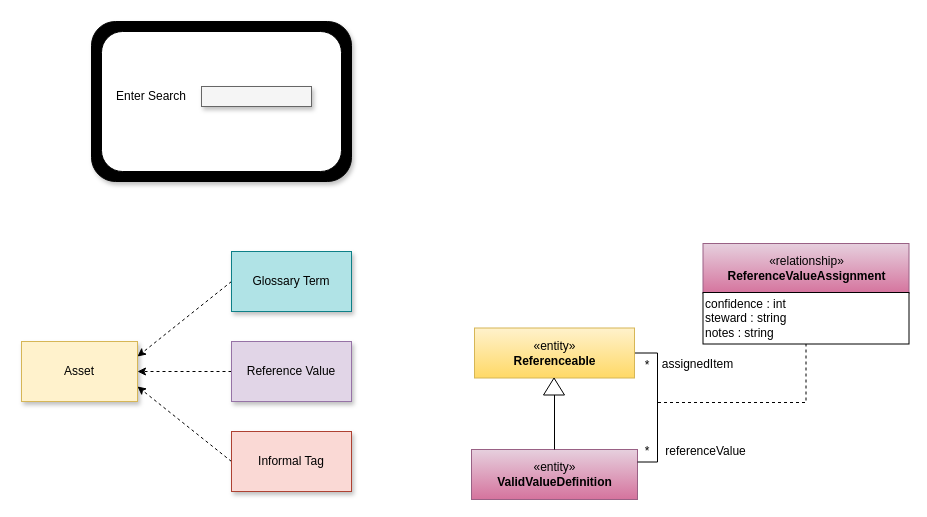
Above: page "use-case-3-tagging" (6 of 7) of site/docs/features/reference-data-management/reference-data-management.drawio in odpi/egeria-docs (draw.io), before the change. Source tidied: cells renumbered, new cells numbered last; positions are measured from the earlier drawing's top-left corner, leaving out a move shared by most shapes. Both pictures are drawn from the tidied source at 100%, with x=0, y=0 at pixel (21, 21).
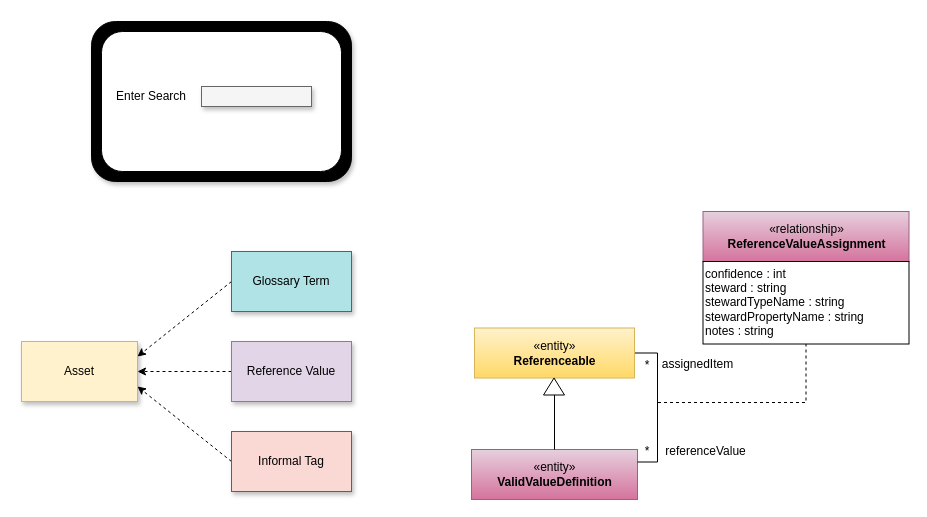
The same diagram, later.

What changed in the source:
```diff
@@
     <mxCell id="20" value="«relationship»&lt;br&gt;&lt;b&gt;ReferenceValueAssignment&lt;/b&gt;" style="html=1;strokeColor=#996185;align=center;fillColor=#e6d0de;gradientColor=#d5739d;" parent="1" vertex="1">
-      <mxGeometry x="681.5" y="222" width="206" height="50" as="geometry" />
+      <mxGeometry x="681.5" y="190" width="206" height="50" as="geometry" />
     </mxCell>
@@
-    <mxCell id="22" value="&lt;div&gt;confidence : int&lt;br&gt;&lt;/div&gt;&lt;div&gt;steward : string&lt;/div&gt;&lt;div&gt;notes : string&lt;/div&gt;" style="rounded=0;whiteSpace=wrap;html=1;strokeColor=#000000;gradientColor=#ffffff;align=left;" parent="1" vertex="1">
-      <mxGeometry x="681.5" y="271" width="206" height="51.5" as="geometry" />
+    <mxCell id="22" value="&lt;div&gt;confidence : int&lt;br&gt;&lt;/div&gt;&lt;div&gt;steward : string&lt;/div&gt;&lt;div&gt;stewardTypeName : string&lt;/div&gt;&lt;div&gt;stewardPropertyName : string&lt;/div&gt;&lt;div&gt;notes : string&lt;/div&gt;" style="rounded=0;whiteSpace=wrap;html=1;strokeColor=#000000;gradientColor=#ffffff;align=left;" parent="1" vertex="1">
+      <mxGeometry x="681.5" y="240" width="206" height="82.5" as="geometry" />
     </mxCell>
```
